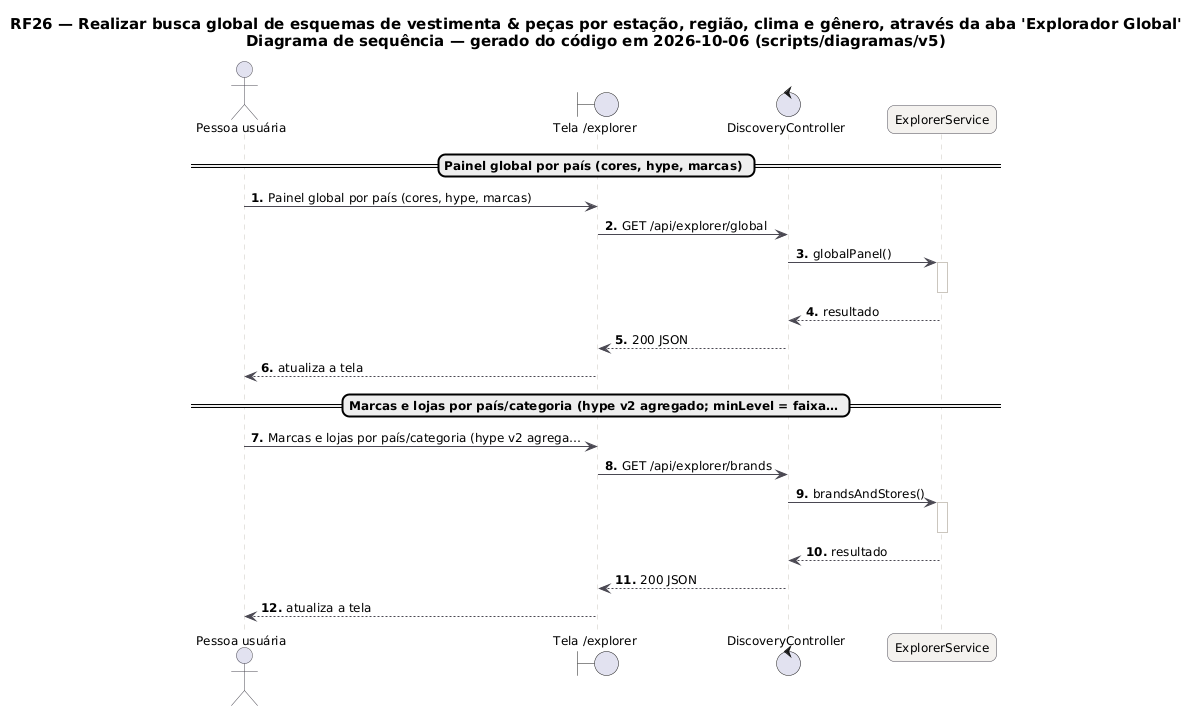
MatheusHaliski/tcc-2026-fashion-ai-backend keeps this PlantUML diagram as docs/diagramas/RF26/RF26_Sequencia.png. Above is the earlier version. Its diagram source:
```plantuml
@startuml RF26_Sequencia
skinparam backgroundColor #FFFFFF
skinparam shadowing false
skinparam defaultFontName "DejaVu Sans"
skinparam defaultFontSize 12
skinparam titleFontSize 15
skinparam roundcorner 14
skinparam ArrowColor #52606D
skinparam note {
  BackgroundColor #FFFDEB
  BorderColor #D8CE78
  FontColor #554F24
}
skinparam sequence {
  ArrowColor #4A4852
  LifeLineBorderColor #CBC6BE
  ParticipantBackgroundColor #F4F2EF
  ParticipantBorderColor #4A4852
  ActorBorderColor #4A4852
  GroupBorderColor #CBC6BE
  GroupBackgroundColor #FAF8F5
}
autonumber "<b>0."
title RF26 — Realizar busca global de esquemas de vestimenta & peças por estação, região, clima e gênero, através da aba 'Explorador Global'\nDiagrama de sequência — gerado do código em 2026-10-06 (scripts/diagramas/v5)

actor "Pessoa usuária" as U
boundary "Tela /explorer" as P
control "DiscoveryController" as DiscoveryController
participant "ExplorerService" as ExplorerService
== Painel global por país (cores, hype, marcas) ==
U -> P : Painel global por país (cores, hype, marcas)
P -> DiscoveryController : GET /api/explorer/global
DiscoveryController -> ExplorerService : globalPanel()
activate ExplorerService
deactivate ExplorerService
ExplorerService --> DiscoveryController : resultado
DiscoveryController --> P : 200 JSON
P --> U : atualiza a tela
== Marcas e lojas por país/categoria (hype v2 agregado; minLevel = faixa… ==
U -> P : Marcas e lojas por país/categoria (hype v2 agrega…
P -> DiscoveryController : GET /api/explorer/brands
DiscoveryController -> ExplorerService : brandsAndStores()
activate ExplorerService
deactivate ExplorerService
ExplorerService --> DiscoveryController : resultado
DiscoveryController --> P : 200 JSON
P --> U : atualiza a tela
@enduml
```
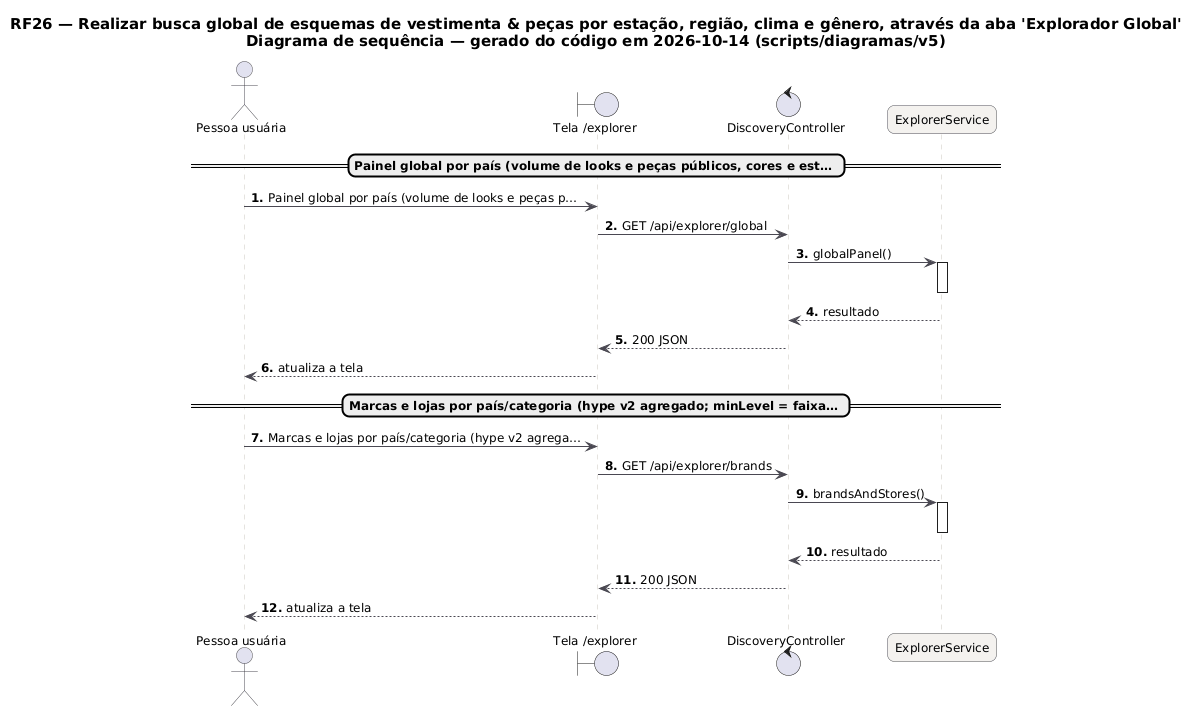
The same diagram one commit later.

Change to the diagram source:
```diff
@@ -21,14 +21,14 @@
   GroupBackgroundColor #FAF8F5
 }
 autonumber "<b>0."
-title RF26 — Realizar busca global de esquemas de vestimenta & peças por estação, região, clima e gênero, através da aba 'Explorador Global'\nDiagrama de sequência — gerado do código em 2026-10-06 (scripts/diagramas/v5)
+title RF26 — Realizar busca global de esquemas de vestimenta & peças por estação, região, clima e gênero, através da aba 'Explorador Global'\nDiagrama de sequência — gerado do código em 2026-10-14 (scripts/diagramas/v5)
 
 actor "Pessoa usuária" as U
 boundary "Tela /explorer" as P
 control "DiscoveryController" as DiscoveryController
 participant "ExplorerService" as ExplorerService
-== Painel global por país (cores, hype, marcas) ==
-U -> P : Painel global por país (cores, hype, marcas)
+== Painel global por país (volume de looks e peças públicos, cores e est… ==
+U -> P : Painel global por país (volume de looks e peças p…
 P -> DiscoveryController : GET /api/explorer/global
 DiscoveryController -> ExplorerService : globalPanel()
 activate ExplorerService
```
